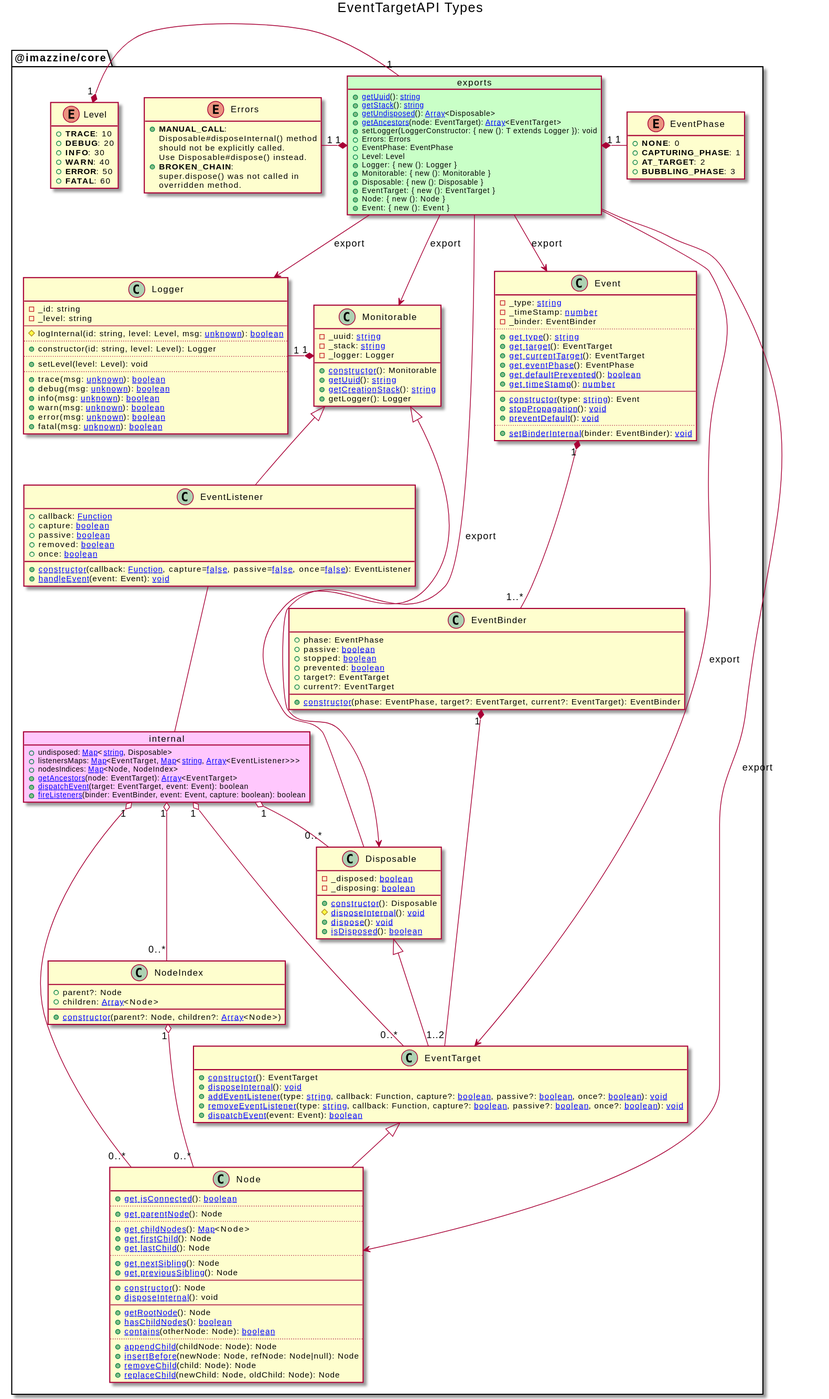
This is _uml/svg/EventTargetAPI/Types.svg from imazzine/imazzine.github.io, a PlantUML export, as it was before one commit.
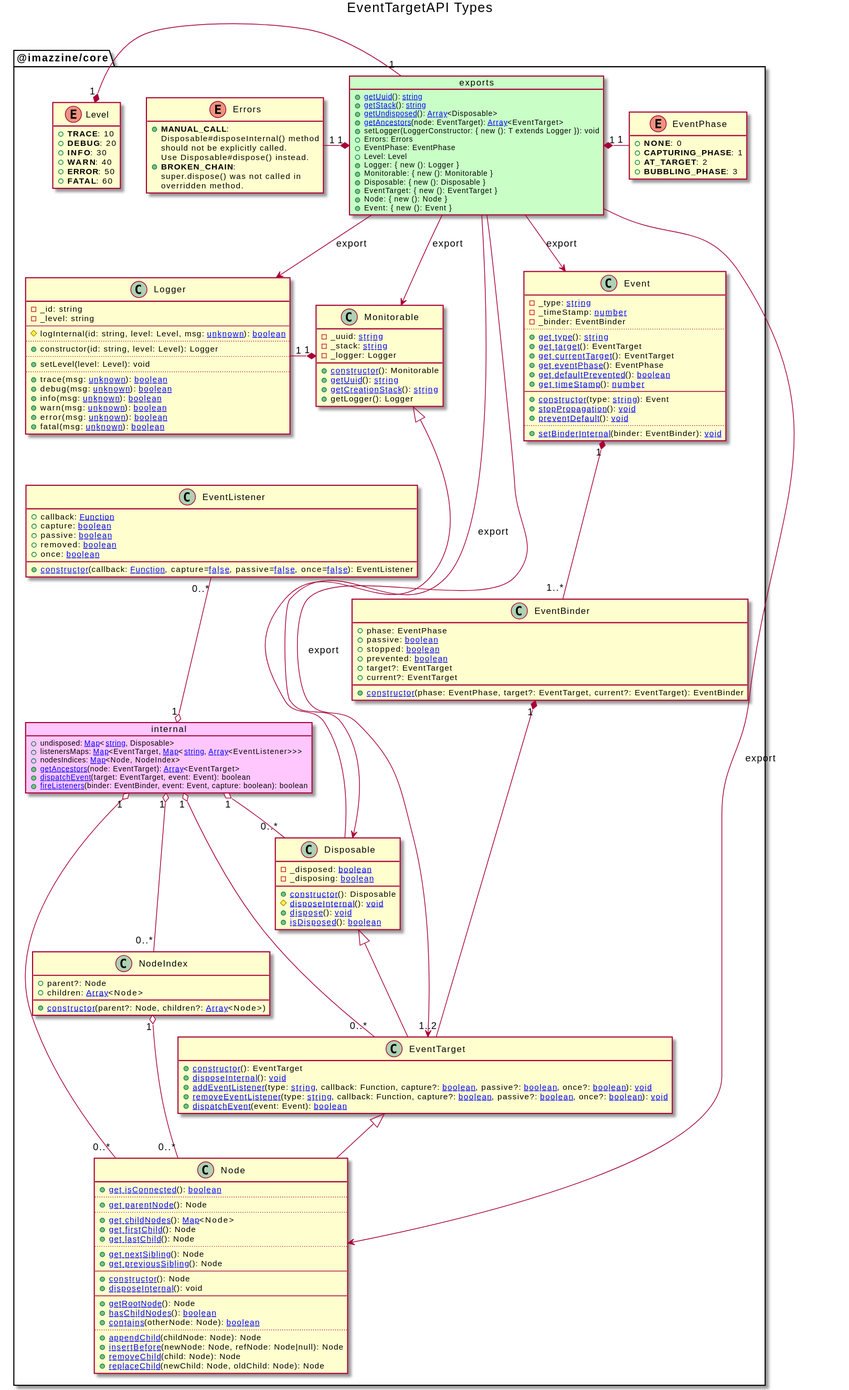
The same file after the commit.

Change to the diagram source:
```diff
@@ -100,17 +100,16 @@
         internal "1" o-- "0..*" Disposable
         ImazzineCorePackageExports --> Disposable : export
 
-        class EventListener extends Monitorable {
+        class EventListener {
             +callback: [[https://developer.mozilla.org/en-US/docs/Web/JavaScript/Reference/Global_Objects/Function Function]]
             +capture: [[https://developer.mozilla.org/en-US/docs/Web/JavaScript/Reference/Global_Objects/Boolean boolean]]
             +passive: [[https://developer.mozilla.org/en-US/docs/Web/JavaScript/Reference/Global_Objects/Boolean boolean]]
             +removed: [[https://developer.mozilla.org/en-US/docs/Web/JavaScript/Reference/Global_Objects/Boolean boolean]]
             +once: [[https://developer.mozilla.org/en-US/docs/Web/JavaScript/Reference/Global_Objects/Boolean boolean]]
             +[[./Definition_EventListener.constructor.svg constructor]](callback: [[https://developer.mozilla.org/en-US/docs/Web/JavaScript/Reference/Global_Objects/Function Function]], capture=[[https://developer.mozilla.org/en-US/docs/Web/JavaScript/Reference/Global_Objects/Boolean false]], passive=[[https://developer.mozilla.org/en-US/docs/Web/JavaScript/Reference/Global_Objects/Boolean false]], once=[[https://developer.mozilla.org/en-US/docs/Web/JavaScript/Reference/Global_Objects/Boolean false]]): EventListener
-            +[[./Definition_EventListener.handleEvent.svg handleEvent]](event: Event): [[https://developer.mozilla.org/en-US/docs/Web/JavaScript/Reference/Operators/void void]]
         }
-        EventListener -- internal
-        EventListener -[hidden]- Monitorable
+        EventListener "0..*" --o "1" internal
+        Logger -[hidden]- EventListener
 
         class EventTarget extends Disposable {
             +[[./Definition_EventTarget.constructor.svg constructor]](): EventTarget
```
